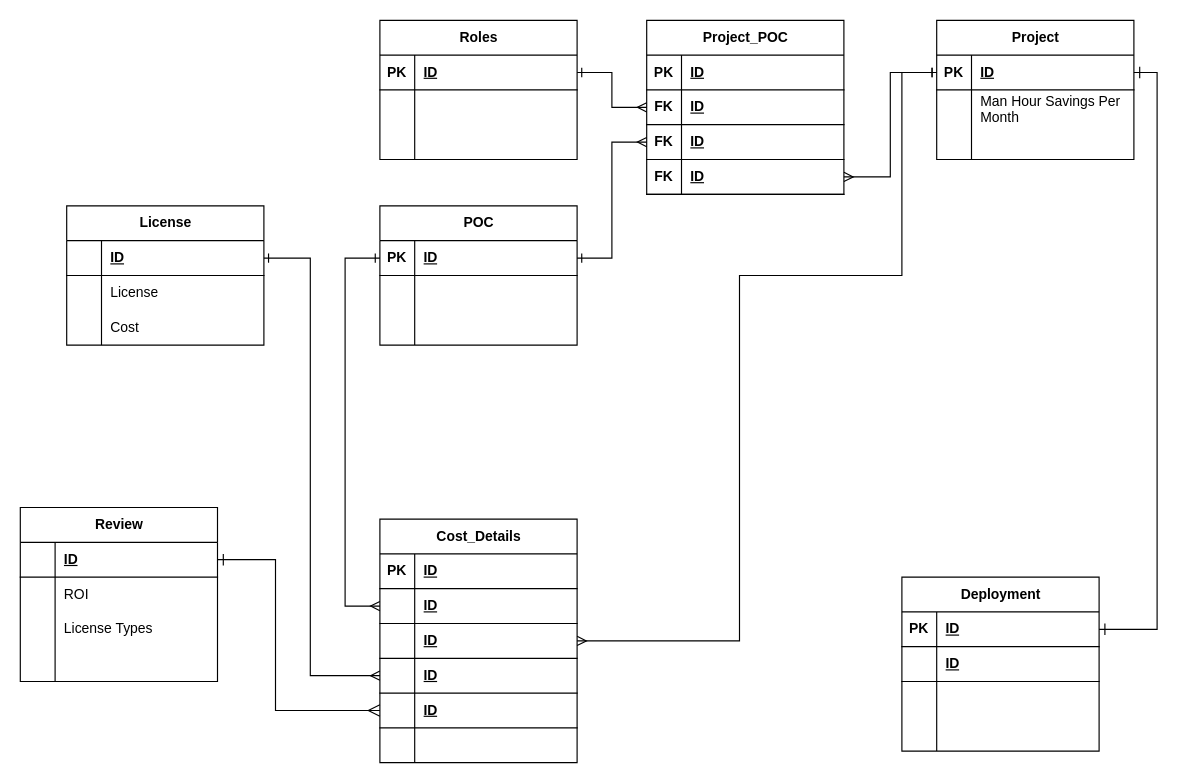
The draw.io diagram page "Option-3" (3 of 5) of erd-projint-01.drawio in josjreyes/ProjectIntake, before the edit. Source tidied: cells renumbered, new cells numbered last; positions are measured from the earlier drawing's top-left corner, leaving out a move shared by most shapes. Both pictures are drawn from the tidied source at 116%, with x=0, y=0 at pixel (20, 20).
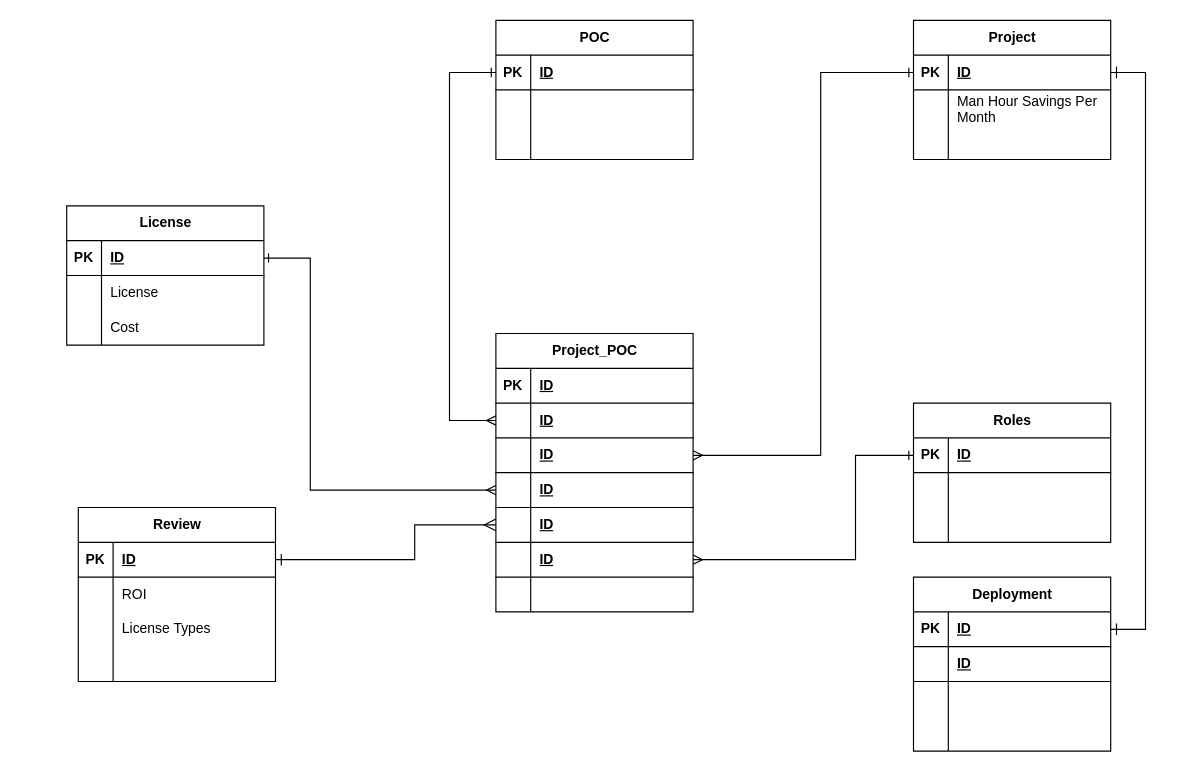
The same page after the edit.

The change refers to these unchanged cells:
```xml
<mxCell id="3" style="shape=tableRow;horizontal=0;startSize=0;swimlaneHead=0;swimlaneBody=0;fillColor=none;points=[[0,0.5],[1,0.5]];portConstraint=eastwest;top=0;left=0;right=0;bottom=1;" parent="2" vertex="1">
  <mxGeometry y="30" width="170" height="30" as="geometry" />
</mxCell>
<mxCell id="13" style="shape=tableRow;horizontal=0;startSize=0;swimlaneHead=0;swimlaneBody=0;fillColor=none;points=[[0,0.5],[1,0.5]];portConstraint=eastwest;top=0;left=0;right=0;bottom=1;" parent="12" vertex="1">
  <mxGeometry y="30" width="170" height="30" as="geometry" />
</mxCell>
<mxCell id="26" style="shape=tableRow;horizontal=0;startSize=0;swimlaneHead=0;swimlaneBody=0;fillColor=none;points=[[0,0.5],[1,0.5]];portConstraint=eastwest;top=0;left=0;right=0;bottom=1;" parent="22" vertex="1">
  <mxGeometry y="60" width="170" height="30" as="geometry" />
</mxCell>
<mxCell id="29" style="shape=tableRow;horizontal=0;startSize=0;swimlaneHead=0;swimlaneBody=0;fillColor=none;points=[[0,0.5],[1,0.5]];portConstraint=eastwest;top=0;left=0;right=0;bottom=1;" parent="22" vertex="1">
  <mxGeometry y="90" width="170" height="30" as="geometry" />
</mxCell>
<mxCell id="32" style="shape=tableRow;horizontal=0;startSize=0;swimlaneHead=0;swimlaneBody=0;fillColor=none;points=[[0,0.5],[1,0.5]];portConstraint=eastwest;top=0;left=0;right=0;bottom=1;" parent="22" vertex="1">
  <mxGeometry y="120" width="170" height="30" as="geometry" />
</mxCell>
<mxCell id="35" style="shape=tableRow;horizontal=0;startSize=0;swimlaneHead=0;swimlaneBody=0;fillColor=none;points=[[0,0.5],[1,0.5]];portConstraint=eastwest;top=0;left=0;right=0;bottom=1;" parent="22" vertex="1">
  <mxGeometry y="150" width="170" height="30" as="geometry" />
</mxCell>
<mxCell id="42" style="shape=tableRow;horizontal=0;startSize=0;swimlaneHead=0;swimlaneBody=0;fillColor=none;points=[[0,0.5],[1,0.5]];portConstraint=eastwest;top=0;left=0;right=0;bottom=1;" parent="41" vertex="1">
  <mxGeometry y="30" width="170" height="30" as="geometry" />
</mxCell>
<mxCell id="52" style="shape=tableRow;horizontal=0;startSize=0;swimlaneHead=0;swimlaneBody=0;fillColor=none;points=[[0,0.5],[1,0.5]];portConstraint=eastwest;top=0;left=0;right=0;bottom=1;" parent="51" vertex="1">
  <mxGeometry y="30" width="170" height="30" as="geometry" />
</mxCell>
<mxCell id="67" style="shape=tableRow;horizontal=0;startSize=0;swimlaneHead=0;swimlaneBody=0;fillColor=none;points=[[0,0.5],[1,0.5]];portConstraint=eastwest;top=0;left=0;right=0;bottom=1;" parent="66" vertex="1">
  <mxGeometry y="30" width="170" height="30" as="geometry" />
</mxCell>
<mxCell id="80" style="shape=tableRow;horizontal=0;startSize=0;swimlaneHead=0;swimlaneBody=0;fillColor=none;points=[[0,0.5],[1,0.5]];portConstraint=eastwest;top=0;left=0;right=0;bottom=1;" parent="79" vertex="1">
  <mxGeometry y="30" width="170" height="30" as="geometry" />
</mxCell>
```

What changed in the source:
```diff
@@
     <mxCell id="2" value="Project" style="shape=table;startSize=30;childLayout=tableLayout;rowLines=0;fontStyle=1;align=center;html=1;" parent="1" vertex="1">
-      <mxGeometry x="790" width="170" height="120" as="geometry" />
+      <mxGeometry x="770" width="170" height="120" as="geometry" />
     </mxCell>
@@
-    <mxCell id="14" style="shape=partialRectangle;fillColor=none;top=0;left=0;bottom=0;right=0;fontStyle=1;overflow=hidden;whiteSpace=wrap;html=1;" parent="13" vertex="1">
+    <mxCell id="14" value="PK" style="shape=partialRectangle;fillColor=none;top=0;left=0;bottom=0;right=0;fontStyle=1;overflow=hidden;whiteSpace=wrap;html=1;" parent="13" vertex="1">
       <mxGeometry width="30" height="30" as="geometry" />
     </mxCell>
@@
-    <mxCell id="22" value="Cost_Details" style="shape=table;startSize=30;childLayout=tableLayout;rowLines=0;fontStyle=1;align=center;html=1;" parent="1" vertex="1">
-      <mxGeometry x="310" y="430" width="170" height="210" as="geometry" />
+    <mxCell id="22" value="Project_POC" style="shape=table;startSize=30;childLayout=tableLayout;rowLines=0;fontStyle=1;align=center;html=1;" parent="1" vertex="1">
+      <mxGeometry x="410" y="270" width="170" height="240" as="geometry" />
     </mxCell>
@@
+    <mxCell id="108" style="shape=tableRow;horizontal=0;startSize=0;swimlaneHead=0;swimlaneBody=0;fillColor=none;points=[[0,0.5],[1,0.5]];portConstraint=eastwest;top=0;left=0;right=0;bottom=1;" parent="22" vertex="1">
+      <mxGeometry y="180" width="170" height="30" as="geometry" />
+    </mxCell>
+    <mxCell id="109" style="shape=partialRectangle;fillColor=none;top=0;left=0;bottom=0;right=0;fontStyle=1;overflow=hidden;whiteSpace=wrap;html=1;" parent="108" vertex="1">
+      <mxGeometry width="30" height="30" as="geometry" />
+    </mxCell>
+    <mxCell id="110" value="ID" style="shape=partialRectangle;fillColor=none;top=0;left=0;bottom=0;right=0;align=left;spacingLeft=6;fontStyle=5;overflow=hidden;whiteSpace=wrap;html=1;" parent="108" vertex="1">
+      <mxGeometry x="30" width="140" height="30" as="geometry" />
+    </mxCell>
     <mxCell id="38" style="shape=tableRow;horizontal=0;startSize=0;swimlaneHead=0;swimlaneBody=0;fillColor=none;top=0;left=0;right=0;bottom=0;" parent="22" vertex="1">
-      <mxGeometry y="180" width="170" height="30" as="geometry" />
+      <mxGeometry y="210" width="170" height="30" as="geometry" />
     </mxCell>
@@
     <mxCell id="41" value="POC" style="shape=table;startSize=30;childLayout=tableLayout;rowLines=0;fontStyle=1;align=center;html=1;" parent="1" vertex="1">
-      <mxGeometry x="310" y="160" width="170" height="120" as="geometry" />
+      <mxGeometry x="410" width="170" height="120" as="geometry" />
     </mxCell>
@@
     <mxCell id="51" value="Deployment" style="shape=table;startSize=30;childLayout=tableLayout;rowLines=0;fontStyle=1;align=center;html=1;" parent="1" vertex="1">
-      <mxGeometry x="760" y="480" width="170" height="150" as="geometry" />
+      <mxGeometry x="770" y="480" width="170" height="150" as="geometry" />
     </mxCell>
@@
     <mxCell id="64" style="edgeStyle=orthogonalEdgeStyle;rounded=0;jettySize=auto;html=1;exitX=1;exitY=0.5;exitDx=0;exitDy=0;entryX=0;entryY=0.5;entryDx=0;entryDy=0;endArrow=ERone;endFill=0;startArrow=ERmany;startFill=0;" parent="1" edge="1" source="29" target="3">
       <mxGeometry relative="1" as="geometry">
         <Array as="points">
-          <mxPoint x="620" y="535" />
-          <mxPoint x="620" y="220" />
-          <mxPoint x="760" y="220" />
+          <mxPoint x="690" y="375" />
+          <mxPoint x="690" y="45" />
         </Array>
       </mxGeometry>
     </mxCell>
     <mxCell id="65" style="edgeStyle=orthogonalEdgeStyle;rounded=0;jettySize=auto;html=1;endArrow=ERone;endFill=0;startArrow=ERmany;startFill=0;exitX=0;exitY=0.5;exitDx=0;exitDy=0;entryX=0;entryY=0.5;entryDx=0;entryDy=0;" parent="1" edge="1" source="26" target="42">
       <mxGeometry relative="1" as="geometry">
         <Array as="points">
-          <mxPoint x="280" y="505" />
-          <mxPoint x="280" y="205" />
+          <mxPoint x="370" y="345" />
+          <mxPoint x="370" y="45" />
         </Array>
       </mxGeometry>
     </mxCell>
     <mxCell id="66" value="Review" style="shape=table;startSize=30;childLayout=tableLayout;rowLines=0;fontStyle=1;align=center;html=1;" parent="1" vertex="1">
-      <mxGeometry y="420" width="170" height="150" as="geometry" />
+      <mxGeometry x="50" y="420" width="170" height="150" as="geometry" />
     </mxCell>
@@
-    <mxCell id="68" style="shape=partialRectangle;fillColor=none;top=0;left=0;bottom=0;right=0;fontStyle=1;overflow=hidden;whiteSpace=wrap;html=1;" parent="67" vertex="1">
+    <mxCell id="68" value="PK" style="shape=partialRectangle;fillColor=none;top=0;left=0;bottom=0;right=0;fontStyle=1;overflow=hidden;whiteSpace=wrap;html=1;" parent="67" vertex="1">
       <mxGeometry width="30" height="30" as="geometry" />
     </mxCell>
@@
     <mxCell id="79" value="Roles" style="shape=table;startSize=30;childLayout=tableLayout;rowLines=0;fontStyle=1;align=center;html=1;" parent="1" vertex="1">
-      <mxGeometry x="310" width="170" height="120" as="geometry" />
+      <mxGeometry x="770" y="330" width="170" height="120" as="geometry" />
     </mxCell>
@@
-    <mxCell id="89" value="Project_POC" style="shape=table;startSize=30;childLayout=tableLayout;rowLines=0;fontStyle=1;align=center;html=1;" parent="1" vertex="1">
-      <mxGeometry x="540" width="170" height="150" as="geometry" />
-    </mxCell>
-    <mxCell id="90" style="shape=tableRow;horizontal=0;startSize=0;swimlaneHead=0;swimlaneBody=0;fillColor=none;top=0;left=0;right=0;bottom=1;" parent="89" vertex="1">
-      <mxGeometry y="30" width="170" height="30" as="geometry" />
-    </mxCell>
-    <mxCell id="91" value="PK" style="shape=partialRectangle;fillColor=none;top=0;left=0;bottom=0;right=0;fontStyle=1;overflow=hidden;whiteSpace=wrap;html=1;" parent="90" vertex="1">
-      <mxGeometry width="30" height="30" as="geometry" />
-    </mxCell>
-    <mxCell id="92" value="ID" style="shape=partialRectangle;fillColor=none;top=0;left=0;bottom=0;right=0;align=left;spacingLeft=6;fontStyle=5;overflow=hidden;whiteSpace=wrap;html=1;" parent="90" vertex="1">
-      <mxGeometry x="30" width="140" height="30" as="geometry" />
-    </mxCell>
-    <mxCell id="93" style="shape=tableRow;horizontal=0;startSize=0;swimlaneHead=0;swimlaneBody=0;fillColor=none;points=[[0,0.5],[1,0.5]];portConstraint=eastwest;top=0;left=0;right=0;bottom=1;" parent="89" vertex="1">
-      <mxGeometry y="60" width="170" height="30" as="geometry" />
-    </mxCell>
-    <mxCell id="94" value="FK" style="shape=partialRectangle;fillColor=none;top=0;left=0;bottom=0;right=0;fontStyle=1;overflow=hidden;whiteSpace=wrap;html=1;" parent="93" vertex="1">
-      <mxGeometry width="30" height="30" as="geometry" />
-    </mxCell>
-    <mxCell id="95" value="ID" style="shape=partialRectangle;fillColor=none;top=0;left=0;bottom=0;right=0;align=left;spacingLeft=6;fontStyle=5;overflow=hidden;whiteSpace=wrap;html=1;" parent="93" vertex="1">
-      <mxGeometry x="30" width="140" height="30" as="geometry" />
-    </mxCell>
-    <mxCell id="96" style="shape=tableRow;horizontal=0;startSize=0;swimlaneHead=0;swimlaneBody=0;fillColor=none;points=[[0,0.5],[1,0.5]];portConstraint=eastwest;top=0;left=0;right=0;bottom=1;" parent="89" vertex="1">
-      <mxGeometry y="90" width="170" height="30" as="geometry" />
-    </mxCell>
-    <mxCell id="97" value="FK" style="shape=partialRectangle;fillColor=none;top=0;left=0;bottom=0;right=0;fontStyle=1;overflow=hidden;whiteSpace=wrap;html=1;" parent="96" vertex="1">
-      <mxGeometry width="30" height="30" as="geometry" />
-    </mxCell>
-    <mxCell id="98" value="ID" style="shape=partialRectangle;fillColor=none;top=0;left=0;bottom=0;right=0;align=left;spacingLeft=6;fontStyle=5;overflow=hidden;whiteSpace=wrap;html=1;" parent="96" vertex="1">
-      <mxGeometry x="30" width="140" height="30" as="geometry" />
-    </mxCell>
-    <mxCell id="99" style="shape=tableRow;horizontal=0;startSize=0;swimlaneHead=0;swimlaneBody=0;fillColor=none;points=[[0,0.5],[1,0.5]];portConstraint=eastwest;top=0;left=0;right=0;bottom=1;" parent="89" vertex="1">
-      <mxGeometry y="120" width="170" height="30" as="geometry" />
-    </mxCell>
-    <mxCell id="100" value="FK" style="shape=partialRectangle;fillColor=none;top=0;left=0;bottom=0;right=0;fontStyle=1;overflow=hidden;whiteSpace=wrap;html=1;" parent="99" vertex="1">
-      <mxGeometry width="30" height="30" as="geometry" />
-    </mxCell>
-    <mxCell id="101" value="ID" style="shape=partialRectangle;fillColor=none;top=0;left=0;bottom=0;right=0;align=left;spacingLeft=6;fontStyle=5;overflow=hidden;whiteSpace=wrap;html=1;" parent="99" vertex="1">
-      <mxGeometry x="30" width="140" height="30" as="geometry" />
-    </mxCell>
-    <mxCell id="102" style="edgeStyle=orthogonalEdgeStyle;rounded=0;jettySize=auto;html=1;startArrow=ERmany;startFill=0;endArrow=ERone;endFill=0;exitX=0;exitY=0.5;exitDx=0;exitDy=0;" parent="1" edge="1" source="96" target="42">
-      <mxGeometry relative="1" as="geometry" />
-    </mxCell>
-    <mxCell id="103" style="edgeStyle=orthogonalEdgeStyle;rounded=0;jettySize=auto;html=1;startArrow=ERone;startFill=0;endArrow=ERmany;endFill=0;shadow=0;entryX=1;entryY=0.5;entryDx=0;entryDy=0;" parent="1" edge="1" source="3" target="99">
-      <mxGeometry relative="1" as="geometry" />
-    </mxCell>
-    <mxCell id="104" style="edgeStyle=orthogonalEdgeStyle;rounded=0;jettySize=auto;html=1;startArrow=ERmany;startFill=0;endArrow=ERone;endFill=0;exitX=0;exitY=0.5;exitDx=0;exitDy=0;" parent="1" edge="1" source="93" target="80">
-      <mxGeometry relative="1" as="geometry" />
+    <mxCell id="104" style="edgeStyle=orthogonalEdgeStyle;rounded=0;jettySize=auto;html=1;startArrow=ERmany;startFill=0;endArrow=ERone;endFill=0;exitX=1;exitY=0.5;exitDx=0;exitDy=0;" parent="1" edge="1" source="108" target="80">
+      <mxGeometry relative="1" as="geometry">
+        <Array as="points">
+          <mxPoint x="720" y="465" />
+          <mxPoint x="720" y="375" />
+        </Array>
+      </mxGeometry>
     </mxCell>
     <mxCell id="105" style="edgeStyle=orthogonalEdgeStyle;rounded=0;jettySize=auto;html=1;entryX=0;entryY=0.5;entryDx=0;entryDy=0;fontSize=12;startSize=8;endSize=8;exitX=1;exitY=0.5;exitDx=0;exitDy=0;startArrow=ERone;startFill=0;endArrow=ERmany;endFill=0;" parent="1" edge="1" source="67" target="35">
       <mxGeometry relative="1" as="geometry">
         <Array as="points">
-          <mxPoint x="220" y="465" />
-          <mxPoint x="220" y="595" />
+          <mxPoint x="340" y="465" />
+          <mxPoint x="340" y="435" />
         </Array>
       </mxGeometry>
     </mxCell>
     <mxCell id="106" style="edgeStyle=orthogonalEdgeStyle;rounded=0;jettySize=auto;html=1;endArrow=ERone;endFill=0;startArrow=ERmany;startFill=0;exitX=0;exitY=0.5;exitDx=0;exitDy=0;" parent="1" edge="1" source="32" target="13">
       <mxGeometry relative="1" as="geometry">
         <Array as="points">
-          <mxPoint x="250" y="565" />
+          <mxPoint x="250" y="405" />
           <mxPoint x="250" y="205" />
         </Array>
       </mxGeometry>
     </mxCell>
     <mxCell id="107" style="edgeStyle=orthogonalEdgeStyle;rounded=0;jettySize=auto;html=1;fontSize=12;startSize=8;endSize=8;entryX=1;entryY=0.5;entryDx=0;entryDy=0;exitX=1;exitY=0.5;exitDx=0;exitDy=0;startArrow=ERone;startFill=0;endArrow=ERone;endFill=0;" parent="1" edge="1" source="3" target="52">
-      <mxGeometry relative="1" as="geometry" />
+      <mxGeometry relative="1" as="geometry">
+        <Array as="points">
+          <mxPoint x="970" y="45" />
+          <mxPoint x="970" y="525" />
+        </Array>
+      </mxGeometry>
     </mxCell>
```
